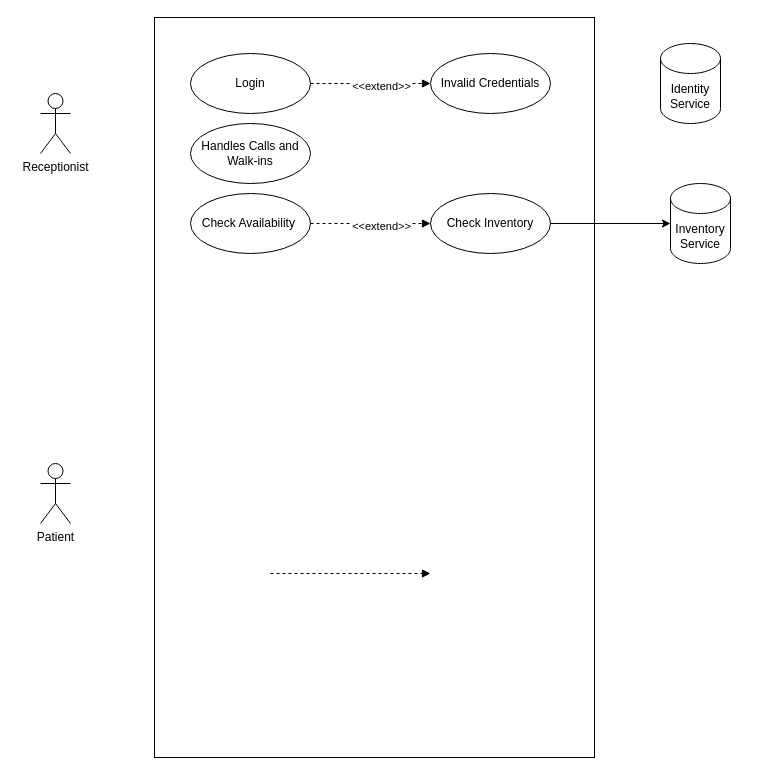
vpolamar/SRE- keeps this draw.io diagram as Use_case2.drawio. Above is the earlier version. Source tidied: cells renumbered, new cells numbered last; positions are measured from the earlier drawing's top-left corner, leaving out a move shared by most shapes. Both pictures are drawn from the tidied source at 100%, with x=0, y=0 at pixel (40, 17).
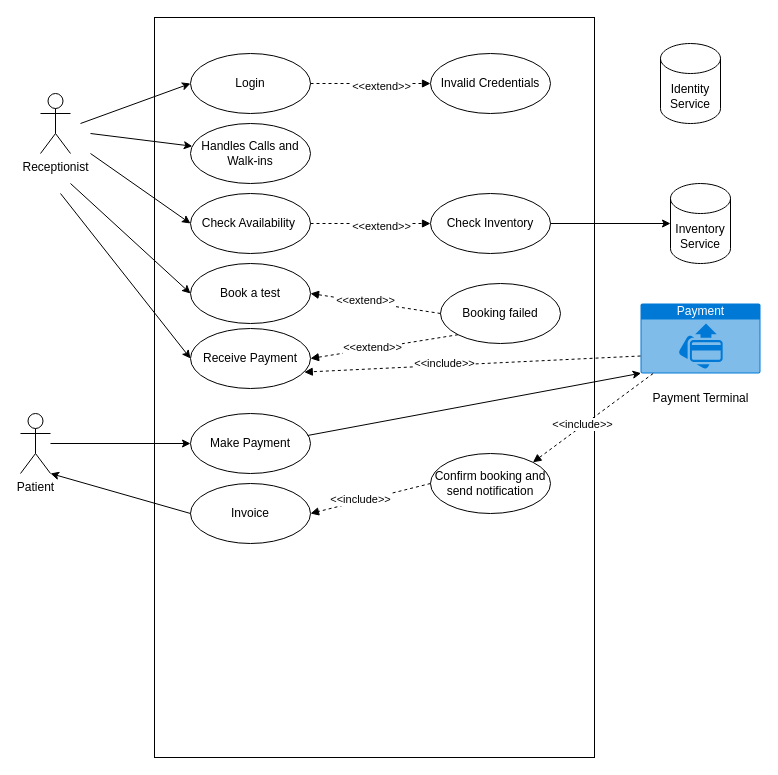
The same page after the edit.

Unchanged cells that the change refers to:
```xml
<mxCell id="7" value="Login" style="ellipse;whiteSpace=wrap;html=1;" parent="1" vertex="1">
  <mxGeometry x="150" y="36" width="120" height="60" as="geometry" />
</mxCell>
<mxCell id="12" value="Check Availability&lt;span style=&quot;white-space: pre;&quot;&gt; &lt;/span&gt;" style="ellipse;whiteSpace=wrap;html=1;" parent="1" vertex="1">
  <mxGeometry x="150" y="176" width="120" height="60" as="geometry" />
</mxCell>
<mxCell id="16" value="Handles Calls and Walk-ins" style="ellipse;whiteSpace=wrap;html=1;" parent="1" vertex="1">
  <mxGeometry x="150" y="106" width="120" height="60" as="geometry" />
</mxCell>
```

What changed in the source:
```diff
@@
-<mxGraphModel>
+<mxGraphModel background="#FFFFFF">
@@
     <mxCell id="4" value="Patient" style="shape=umlActor;verticalLabelPosition=bottom;verticalAlign=top;html=1;outlineConnect=0;" parent="1" vertex="1">
-      <mxGeometry y="446" width="30" height="60" as="geometry" />
+      <mxGeometry x="-20" y="396" width="30" height="60" as="geometry" />
     </mxCell>
@@
-    <mxCell id="9" style="html=1;verticalAlign=bottom;labelBackgroundColor=none;endArrow=block;endFill=1;dashed=1;rounded=0;" parent="1" edge="1">
-      <mxGeometry relative="1" as="geometry">
-        <mxPoint x="230" y="556" as="sourcePoint" />
-        <mxPoint x="390" y="556" as="targetPoint" />
-      </mxGeometry>
-    </mxCell>
@@
+    <mxCell id="18" style="endArrow=classic;html=1;rounded=0;entryX=0;entryY=0.5;entryDx=0;entryDy=0;" parent="1" edge="1" target="7">
+      <mxGeometry relative="1" as="geometry">
+        <mxPoint x="40" y="106" as="sourcePoint" />
+      </mxGeometry>
+    </mxCell>
+    <mxCell id="19" style="endArrow=classic;html=1;rounded=0;" parent="1" edge="1" target="16">
+      <mxGeometry relative="1" as="geometry">
+        <mxPoint x="50" y="116" as="sourcePoint" />
+      </mxGeometry>
+    </mxCell>
+    <mxCell id="20" style="endArrow=classic;html=1;rounded=0;entryX=0;entryY=0.5;entryDx=0;entryDy=0;" parent="1" edge="1" target="12">
+      <mxGeometry relative="1" as="geometry">
+        <mxPoint x="50" y="136" as="sourcePoint" />
+      </mxGeometry>
+    </mxCell>
+    <mxCell id="21" value="Payment" style="html=1;strokeColor=none;fillColor=#0079D6;labelPosition=center;verticalLabelPosition=middle;verticalAlign=top;align=center;fontSize=12;outlineConnect=0;spacingTop=-6;fontColor=#FFFFFF;sketch=0;shape=mxgraph.sitemap.payment;" parent="1" vertex="1">
+      <mxGeometry x="600" y="286" width="120" height="70" as="geometry" />
+    </mxCell>
+    <mxCell id="22" value="Payment Terminal" style="text;html=1;align=center;verticalAlign=middle;strokeColor=none;fillColor=none;" parent="1" vertex="1">
+      <mxGeometry x="600" y="366" width="120" height="30" as="geometry" />
+    </mxCell>
+    <mxCell id="23" value="Book a test" style="ellipse;whiteSpace=wrap;html=1;" parent="1" vertex="1">
+      <mxGeometry x="150" y="246" width="120" height="60" as="geometry" />
+    </mxCell>
+    <mxCell id="24" value="Booking failed" style="ellipse;whiteSpace=wrap;html=1;" parent="1" vertex="1">
+      <mxGeometry x="400" y="266" width="120" height="60" as="geometry" />
+    </mxCell>
+    <mxCell id="25" style="html=1;verticalAlign=bottom;labelBackgroundColor=none;endArrow=block;endFill=1;dashed=1;rounded=0;exitX=0;exitY=0.5;exitDx=0;exitDy=0;entryX=1;entryY=0.5;entryDx=0;entryDy=0;" parent="1" edge="1" source="24" target="23">
+      <mxGeometry relative="1" as="geometry" />
+    </mxCell>
+    <mxCell id="26" value="&amp;lt;&amp;lt;extend&amp;gt;&amp;gt;" style="edgeLabel;html=1;align=center;verticalAlign=middle;" parent="25" vertex="1">
+      <mxGeometry x="0.17" y="-2" relative="1" as="geometry" />
+    </mxCell>
+    <mxCell id="27" value="Invoice" style="ellipse;whiteSpace=wrap;html=1;" parent="1" vertex="1">
+      <mxGeometry x="150" y="466" width="120" height="60" as="geometry" />
+    </mxCell>
+    <mxCell id="28" value="Confirm booking and send notification" style="ellipse;whiteSpace=wrap;html=1;" parent="1" vertex="1">
+      <mxGeometry x="390" y="436" width="120" height="60" as="geometry" />
+    </mxCell>
+    <mxCell id="29" style="html=1;verticalAlign=bottom;labelBackgroundColor=none;endArrow=block;endFill=1;dashed=1;rounded=0;exitX=0;exitY=0.5;exitDx=0;exitDy=0;entryX=1;entryY=0.5;entryDx=0;entryDy=0;" parent="1" edge="1" source="28" target="27">
+      <mxGeometry relative="1" as="geometry" />
+    </mxCell>
+    <mxCell id="30" value="&amp;lt;&amp;lt;include&amp;gt;&amp;gt;" style="edgeLabel;html=1;align=center;verticalAlign=middle;" parent="29" vertex="1">
+      <mxGeometry x="0.17" y="-2" relative="1" as="geometry" />
+    </mxCell>
+    <mxCell id="31" value="Make Payment" style="ellipse;whiteSpace=wrap;html=1;" parent="1" vertex="1">
+      <mxGeometry x="150" y="396" width="120" height="60" as="geometry" />
+    </mxCell>
+    <mxCell id="32" style="endArrow=classic;html=1;rounded=0;entryX=0;entryY=0.5;entryDx=0;entryDy=0;" parent="1" edge="1" source="4" target="31">
+      <mxGeometry relative="1" as="geometry" />
+    </mxCell>
+    <mxCell id="33" style="html=1;verticalAlign=bottom;labelBackgroundColor=none;endArrow=block;endFill=1;dashed=1;rounded=0;entryX=1;entryY=0.5;entryDx=0;entryDy=0;exitX=0;exitY=1;exitDx=0;exitDy=0;" parent="1" edge="1" source="24" target="36">
+      <mxGeometry relative="1" as="geometry" />
+    </mxCell>
+    <mxCell id="34" value="&amp;lt;&amp;lt;extend&amp;gt;&amp;gt;" style="edgeLabel;html=1;align=center;verticalAlign=middle;" parent="33" vertex="1">
+      <mxGeometry x="0.17" y="-2" relative="1" as="geometry" />
+    </mxCell>
+    <mxCell id="35" style="endArrow=classic;html=1;rounded=0;exitX=0;exitY=0.5;exitDx=0;exitDy=0;entryX=1;entryY=1;entryDx=0;entryDy=0;entryPerimeter=0;" parent="1" edge="1" source="27" target="4">
+      <mxGeometry relative="1" as="geometry" />
+    </mxCell>
+    <mxCell id="36" value="Receive Payment" style="ellipse;whiteSpace=wrap;html=1;" parent="1" vertex="1">
+      <mxGeometry x="150" y="311" width="120" height="60" as="geometry" />
+    </mxCell>
+    <mxCell id="37" style="endArrow=classic;html=1;rounded=0;entryX=0;entryY=0.5;entryDx=0;entryDy=0;" parent="1" edge="1" target="23">
+      <mxGeometry relative="1" as="geometry">
+        <mxPoint x="30" y="166" as="sourcePoint" />
+      </mxGeometry>
+    </mxCell>
+    <mxCell id="38" style="endArrow=classic;html=1;rounded=0;entryX=0;entryY=0.5;entryDx=0;entryDy=0;" parent="1" edge="1" target="36">
+      <mxGeometry relative="1" as="geometry">
+        <mxPoint x="20" y="176" as="sourcePoint" />
+      </mxGeometry>
+    </mxCell>
+    <mxCell id="39" style="html=1;verticalAlign=bottom;labelBackgroundColor=none;endArrow=block;endFill=1;dashed=1;rounded=0;entryX=0.948;entryY=0.727;entryDx=0;entryDy=0;exitX=0;exitY=0.75;exitDx=0;exitDy=0;exitPerimeter=0;entryPerimeter=0;" parent="1" edge="1" source="21" target="36">
+      <mxGeometry relative="1" as="geometry" />
+    </mxCell>
+    <mxCell id="40" value="&amp;lt;&amp;lt;include&amp;gt;&amp;gt;" style="edgeLabel;html=1;align=center;verticalAlign=middle;" parent="39" vertex="1">
+      <mxGeometry x="0.17" y="-2" relative="1" as="geometry" />
+    </mxCell>
+    <mxCell id="41" style="endArrow=classic;html=1;rounded=0;exitX=0.977;exitY=0.366;exitDx=0;exitDy=0;exitPerimeter=0;entryX=0.005;entryY=0.995;entryDx=0;entryDy=0;entryPerimeter=0;" parent="1" edge="1" source="31" target="21">
+      <mxGeometry relative="1" as="geometry" />
+    </mxCell>
+    <mxCell id="42" style="html=1;verticalAlign=bottom;labelBackgroundColor=none;endArrow=block;endFill=1;dashed=1;rounded=0;entryX=1;entryY=0;entryDx=0;entryDy=0;" parent="1" edge="1" source="21" target="28">
+      <mxGeometry relative="1" as="geometry" />
+    </mxCell>
+    <mxCell id="43" value="&amp;lt;&amp;lt;include&amp;gt;&amp;gt;" style="edgeLabel;html=1;align=center;verticalAlign=middle;" parent="42" vertex="1">
+      <mxGeometry x="0.17" y="-2" relative="1" as="geometry" />
+    </mxCell>
```
